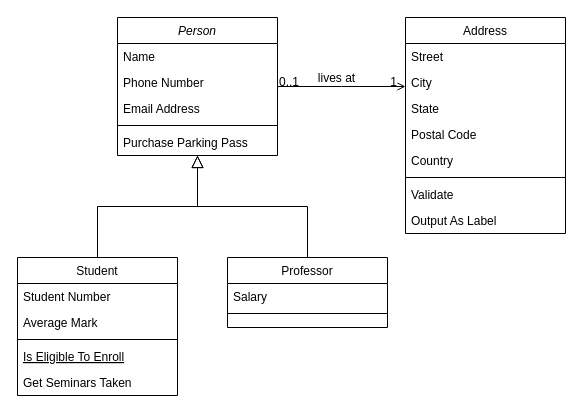
Above: 제목 없는 다이어그램.drawio in gsbang/Public (draw.io), before the change. Source tidied: cells renumbered, new cells numbered last; positions are measured from the earlier drawing's top-left corner, leaving out a move shared by most shapes. Both pictures are drawn from the tidied source at 100%, with x=0, y=0 at pixel (17, 17).
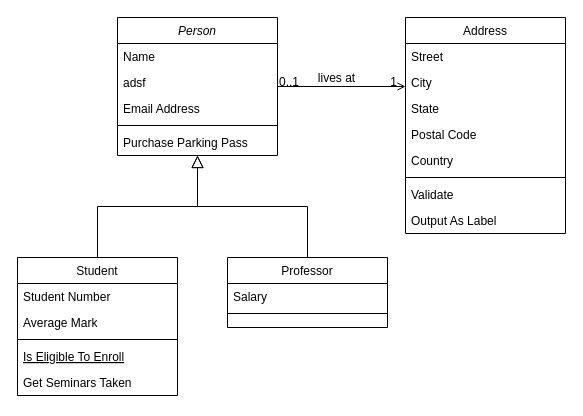
Above is the later version.

Commit message:
제목 없는 다이어그램.drawio 업데이트

Unchanged cells that the change refers to:
```xml
<mxCell id="2" value="Person" style="swimlane;fontStyle=2;align=center;verticalAlign=top;horizontal=1;startSize=26;rounded=0;shadow=0;strokeWidth=1;" parent="1" vertex="1">
  <mxGeometry x="100" width="160" height="138" as="geometry" />
</mxCell>
```

Diff of the diagram source:
```diff
@@
-    <mxCell id="4" value="Phone Number" style="text;align=left;verticalAlign=top;spacingLeft=4;spacingRight=4;overflow=hidden;rounded=0;shadow=0;html=0;" parent="2" vertex="1">
+    <mxCell id="4" value="adsf" style="text;align=left;verticalAlign=top;spacingLeft=4;spacingRight=4;overflow=hidden;rounded=0;shadow=0;html=0;" parent="2" vertex="1">
       <mxGeometry y="52" width="160" height="26" as="geometry" />
     </mxCell>
```
